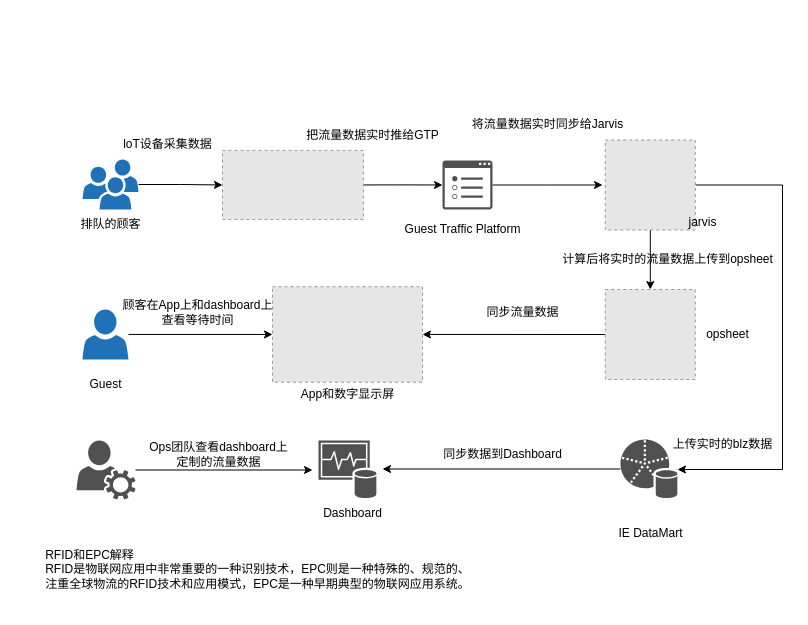
The draw.io diagram DGN/Guest Traffic Platform User Flow.drawio in JonStarkdu/drawio, before the edit. Source tidied: cells renumbered, new cells numbered last; positions are measured from the earlier drawing's top-left corner, leaving out a move shared by most shapes. Both pictures are drawn from the tidied source at 100%, with x=0, y=0 at pixel (32, 109). Pictures stored in the file or linked from it are replaced by grey dashed boxes.
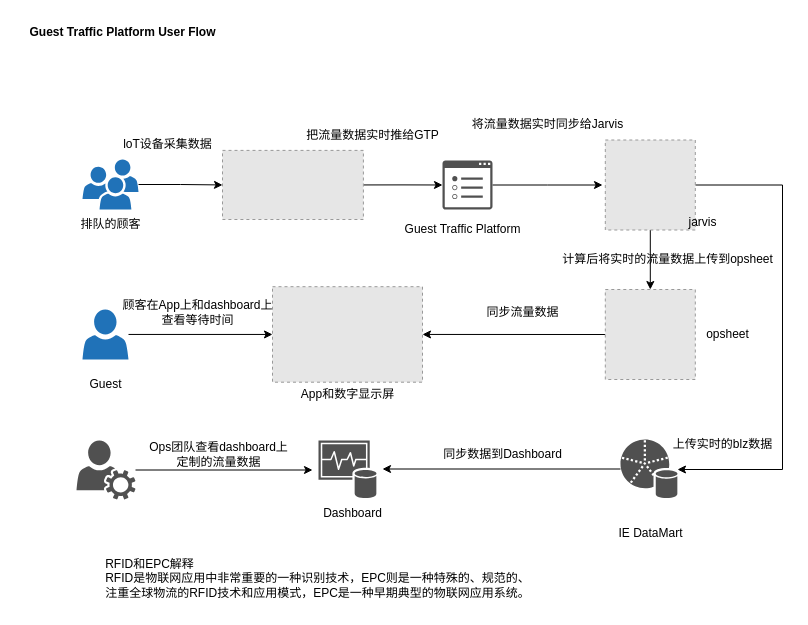
Above is the later version.

What changed in the source:
```diff
@@
     <mxCell id="8" value="&lt;div style=&quot;text-align: left;&quot;&gt;&lt;span style=&quot;background-color: initial;&quot;&gt;RFID和EPC解释&lt;/span&gt;&lt;/div&gt;RFID是物联网应用中非常重要的一种识别技术，EPC则是一种特殊的、规范的、&lt;br&gt;注重全球物流的RFID技术和应用模式，EPC是一种早期典型的物联网应用系统。" style="text;html=1;align=center;verticalAlign=middle;strokeColor=none;fillColor=none;" parent="1" vertex="1">
-      <mxGeometry y="430" width="450" height="60" as="geometry" />
+      <mxGeometry x="60" y="439" width="450" height="60" as="geometry" />
     </mxCell>
@@
+    <mxCell id="39" value="&lt;b&gt;Guest Traffic Platform User Flow&lt;/b&gt;" style="text;html=1;align=center;verticalAlign=middle;strokeColor=none;fillColor=none;" parent="1" vertex="1">
+      <mxGeometry x="-15" y="-92" width="210" height="30" as="geometry" />
+    </mxCell>
```
